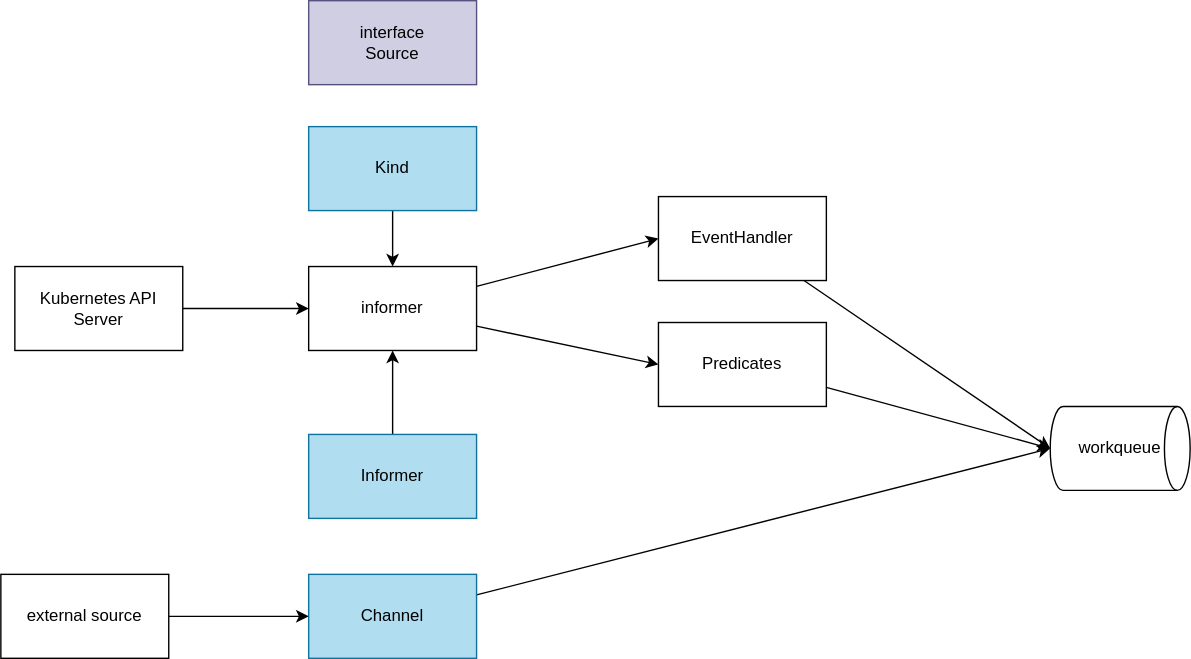
nakamasato/kubernetes-training keeps this draw.io diagram as contents/kubernetes-operator/controller-runtime/source/dataflow.drawio.svg. Above is the earlier version. Source tidied: cells renumbered, new cells last; positions are measured from the earlier drawing's top-left corner, leaving out a move shared by most shapes. Its diagram source:
```xml
<mxGraphModel>
  <root>
    <mxCell id="0" />
    <mxCell id="1" parent="0" />
    <mxCell id="2" style="edgeStyle=none;html=1;" parent="1" edge="1" source="3" target="13">
      <mxGeometry relative="1" as="geometry" />
    </mxCell>
    <mxCell id="3" value="Kind" style="rounded=0;whiteSpace=wrap;html=1;fillColor=#b1ddf0;strokeColor=#10739e;strokeWidth=1;" parent="1" vertex="1">
      <mxGeometry x="220" y="90" width="120" height="60" as="geometry" />
    </mxCell>
    <mxCell id="4" style="edgeStyle=none;html=1;" parent="1" edge="1" source="5" target="13">
      <mxGeometry relative="1" as="geometry" />
    </mxCell>
    <mxCell id="5" value="Informer" style="rounded=0;whiteSpace=wrap;html=1;fillColor=#b1ddf0;strokeColor=#10739e;" parent="1" vertex="1">
      <mxGeometry x="220" y="310" width="120" height="60" as="geometry" />
    </mxCell>
    <mxCell id="6" style="edgeStyle=none;html=1;entryX=0;entryY=0.5;entryDx=0;entryDy=0;entryPerimeter=0;" parent="1" edge="1" source="7" target="18">
      <mxGeometry relative="1" as="geometry" />
    </mxCell>
    <mxCell id="7" value="Channel" style="rounded=0;whiteSpace=wrap;html=1;fillColor=#b1ddf0;strokeColor=#10739e;" parent="1" vertex="1">
      <mxGeometry x="220" y="410" width="120" height="60" as="geometry" />
    </mxCell>
    <mxCell id="8" value="interface&lt;br&gt;Source" style="rounded=0;whiteSpace=wrap;html=1;fillColor=#d0cee2;strokeColor=#56517e;" parent="1" vertex="1">
      <mxGeometry x="220" width="120" height="60" as="geometry" />
    </mxCell>
    <mxCell id="9" style="edgeStyle=none;html=1;" parent="1" edge="1" source="10" target="13">
      <mxGeometry relative="1" as="geometry" />
    </mxCell>
    <mxCell id="10" value="Kubernetes API Server" style="rounded=0;whiteSpace=wrap;html=1;" parent="1" vertex="1">
      <mxGeometry x="10" y="190" width="120" height="60" as="geometry" />
    </mxCell>
    <mxCell id="11" style="edgeStyle=none;html=1;entryX=0;entryY=0.5;entryDx=0;entryDy=0;" parent="1" edge="1" source="13" target="15">
      <mxGeometry relative="1" as="geometry" />
    </mxCell>
    <mxCell id="12" style="edgeStyle=none;html=1;entryX=0;entryY=0.5;entryDx=0;entryDy=0;" parent="1" edge="1" source="13" target="17">
      <mxGeometry relative="1" as="geometry" />
    </mxCell>
    <mxCell id="13" value="informer" style="rounded=0;whiteSpace=wrap;html=1;" parent="1" vertex="1">
      <mxGeometry x="220" y="190" width="120" height="60" as="geometry" />
    </mxCell>
    <mxCell id="14" style="edgeStyle=none;html=1;entryX=0;entryY=0.5;entryDx=0;entryDy=0;entryPerimeter=0;" parent="1" edge="1" source="15" target="18">
      <mxGeometry relative="1" as="geometry" />
    </mxCell>
    <mxCell id="15" value="EventHandler" style="rounded=0;whiteSpace=wrap;html=1;" parent="1" vertex="1">
      <mxGeometry x="470" y="140" width="120" height="60" as="geometry" />
    </mxCell>
    <mxCell id="16" style="edgeStyle=none;html=1;entryX=0;entryY=0.5;entryDx=0;entryDy=0;entryPerimeter=0;" parent="1" edge="1" source="17" target="18">
      <mxGeometry relative="1" as="geometry" />
    </mxCell>
    <mxCell id="17" value="Predicates" style="rounded=0;whiteSpace=wrap;html=1;" parent="1" vertex="1">
      <mxGeometry x="470" y="230" width="120" height="60" as="geometry" />
    </mxCell>
    <mxCell id="18" value="workqueue" style="strokeWidth=1;html=1;shape=mxgraph.flowchart.direct_data;whiteSpace=wrap;" parent="1" vertex="1">
      <mxGeometry x="750" y="290" width="100" height="60" as="geometry" />
    </mxCell>
    <mxCell id="19" style="edgeStyle=none;html=1;" parent="1" edge="1" source="20" target="7">
      <mxGeometry relative="1" as="geometry" />
    </mxCell>
    <mxCell id="20" value="external source" style="rounded=0;whiteSpace=wrap;html=1;" parent="1" vertex="1">
      <mxGeometry y="410" width="120" height="60" as="geometry" />
    </mxCell>
  </root>
</mxGraphModel>
```
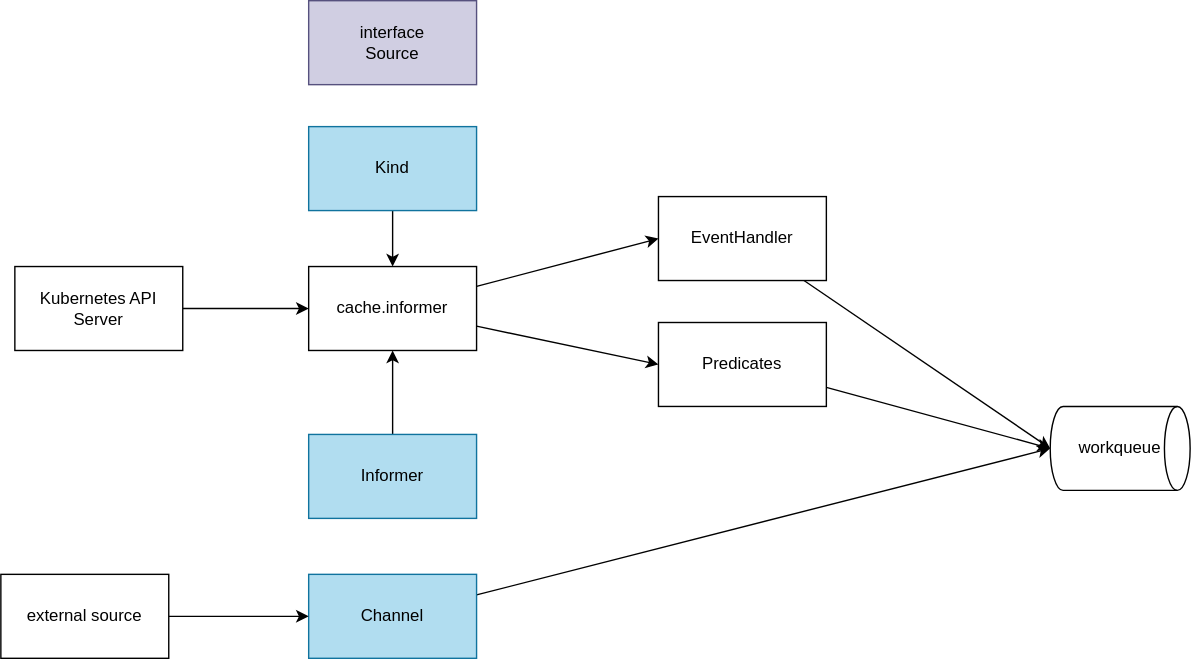
The same file after the commit.

Change to the diagram source:
```diff
@@ -35,7 +35,7 @@
     <mxCell id="12" style="edgeStyle=none;html=1;entryX=0;entryY=0.5;entryDx=0;entryDy=0;" parent="1" edge="1" source="13" target="17">
       <mxGeometry relative="1" as="geometry" />
     </mxCell>
-    <mxCell id="13" value="informer" style="rounded=0;whiteSpace=wrap;html=1;" parent="1" vertex="1">
+    <mxCell id="13" value="cache.informer" style="rounded=0;whiteSpace=wrap;html=1;" parent="1" vertex="1">
       <mxGeometry x="220" y="190" width="120" height="60" as="geometry" />
     </mxCell>
     <mxCell id="14" style="edgeStyle=none;html=1;entryX=0;entryY=0.5;entryDx=0;entryDy=0;entryPerimeter=0;" parent="1" edge="1" source="15" target="18">
```
